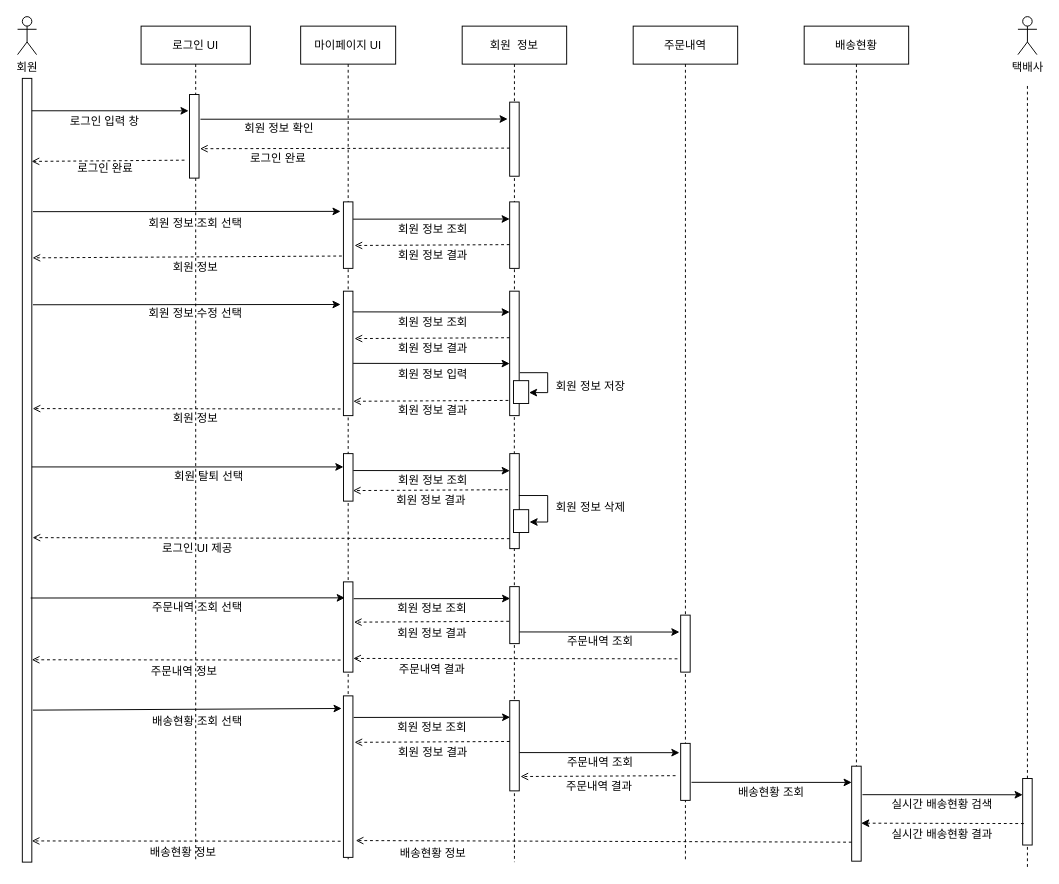
itsdam/JAVA keeps this draw.io diagram as Untitled Diagram.drawio. Above is the earlier version. Source tidied: cells renumbered, new cells numbered last; positions are measured from the earlier drawing's top-left corner, leaving out a move shared by most shapes. Both pictures are drawn from the tidied source at 95%, with x=0, y=0 at pixel (17, 16).
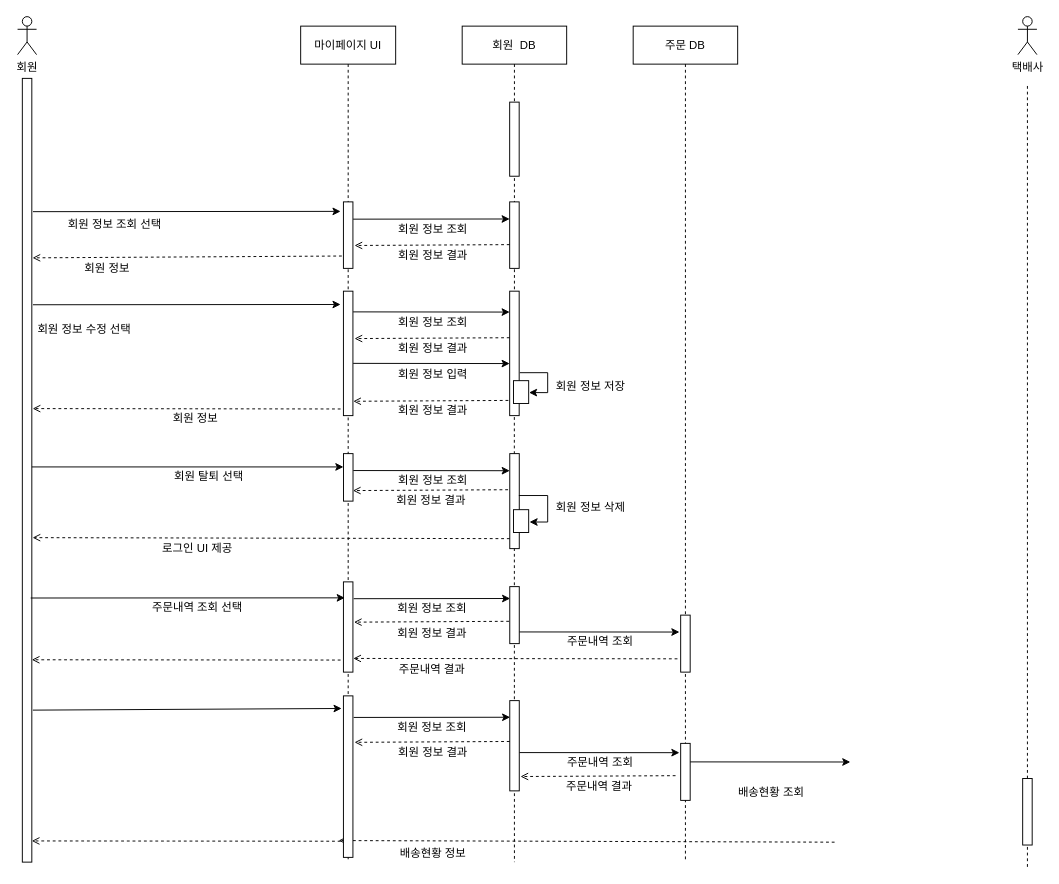
After the change.

Unchanged cells that the change refers to:
```xml
<mxCell id="8" style="points=[];perimeter=orthogonalPerimeter;rounded=0;shadow=0;strokeWidth=1;" parent="3" vertex="1">
  <mxGeometry x="50" y="80" width="10" height="78" as="geometry" />
</mxCell>
<mxCell id="18" value="마이페이지 UI" style="shape=umlLifeline;perimeter=lifelinePerimeter;rounded=0;shadow=0;strokeWidth=1;" parent="1" vertex="1">
  <mxGeometry x="298" y="10" width="100" height="880" as="geometry" />
</mxCell>
```

Change to the diagram source:
```diff
@@
-    <mxCell id="3" value="회원  정보" style="shape=umlLifeline;perimeter=lifelinePerimeter;rounded=0;shadow=0;strokeWidth=1;" parent="1" vertex="1">
+    <mxCell id="3" value="회원  DB" style="shape=umlLifeline;perimeter=lifelinePerimeter;rounded=0;shadow=0;strokeWidth=1;" parent="1" vertex="1">
       <mxGeometry x="468" y="10" width="110" height="280" as="geometry" />
     </mxCell>
@@
-    <mxCell id="9" value="로그인 UI" style="shape=umlLifeline;perimeter=lifelinePerimeter;rounded=0;shadow=0;strokeWidth=1;" parent="1" vertex="1">
-      <mxGeometry x="130" y="10" width="115" height="880" as="geometry" />
-    </mxCell>
-    <mxCell id="10" style="points=[];perimeter=orthogonalPerimeter;rounded=0;shadow=0;strokeWidth=1;" parent="9" vertex="1">
-      <mxGeometry x="51" y="72" width="10" height="88" as="geometry" />
-    </mxCell>
-    <mxCell id="11" value="로그인 입력 창&amp;nbsp;" style="text;html=1;align=center;verticalAlign=middle;strokeColor=none;fillColor=none;" parent="9" vertex="1">
-      <mxGeometry x="-87" y="91" width="100" height="20" as="geometry" />
-    </mxCell>
-    <mxCell id="12" value="회원 정보 수정 선택" style="text;html=1;align=center;verticalAlign=middle;strokeColor=none;fillColor=none;" parent="9" vertex="1">
-      <mxGeometry x="-3" y="293" width="120" height="20" as="geometry" />
-    </mxCell>
-    <mxCell id="13" value="회원 정보" style="text;html=1;align=center;verticalAlign=middle;strokeColor=none;fillColor=none;" parent="9" vertex="1">
-      <mxGeometry x="22" y="244" width="70" height="20" as="geometry" />
-    </mxCell>
-    <mxCell id="14" value="회원 정보 조회 선택" style="text;html=1;align=center;verticalAlign=middle;strokeColor=none;fillColor=none;" parent="9" vertex="1">
-      <mxGeometry x="-3" y="198" width="120" height="20" as="geometry" />
-    </mxCell>
-    <mxCell id="15" value="배송현황 정보" style="text;html=1;align=center;verticalAlign=middle;strokeColor=none;fillColor=none;" parent="9" vertex="1">
-      <mxGeometry x="-1" y="860" width="90" height="20" as="geometry" />
-    </mxCell>
-    <mxCell id="16" value="배송현황 조회 선택" style="text;html=1;align=center;verticalAlign=middle;strokeColor=none;fillColor=none;" parent="9" vertex="1">
-      <mxGeometry x="-1" y="722" width="120" height="20" as="geometry" />
-    </mxCell>
-    <mxCell id="17" value="주문내역 정보" style="text;html=1;align=center;verticalAlign=middle;strokeColor=none;fillColor=none;" parent="9" vertex="1">
-      <mxGeometry y="670" width="90" height="20" as="geometry" />
-    </mxCell>
@@
-    <mxCell id="22" value="회원 정보 확인" style="text;html=1;align=center;verticalAlign=middle;strokeColor=none;fillColor=none;" parent="18" vertex="1">
-      <mxGeometry x="-68" y="98" width="90" height="20" as="geometry" />
-    </mxCell>
-    <mxCell id="23" style="endArrow=classic;html=1;rounded=0;exitX=1.5;exitY=0.075;exitDx=0;exitDy=0;exitPerimeter=0;entryX=-0.214;entryY=0.228;entryDx=0;entryDy=0;entryPerimeter=0;" parent="18" edge="1" target="8">
-      <mxGeometry relative="1" as="geometry">
-        <mxPoint x="-105.5" y="98" as="sourcePoint" />
-      </mxGeometry>
-    </mxCell>
@@
-    <mxCell id="27" style="endArrow=classic;html=1;rounded=0;exitX=1.5;exitY=0.075;exitDx=0;exitDy=0;exitPerimeter=0;entryX=-0.1;entryY=0.195;entryDx=0;entryDy=0;entryPerimeter=0;" parent="1" edge="1" target="10">
-      <mxGeometry relative="1" as="geometry">
-        <mxPoint x="15" y="99.1" as="sourcePoint" />
-      </mxGeometry>
-    </mxCell>
-    <mxCell id="28" style="endArrow=open;html=1;rounded=0;dashed=1;entryX=1.105;entryY=0.648;entryDx=0;entryDy=0;entryPerimeter=0;endFill=0;exitX=0.044;exitY=0.68;exitDx=0;exitDy=0;exitPerimeter=0;" parent="1" edge="1" target="10">
-      <mxGeometry relative="1" as="geometry">
-        <mxPoint x="518.1" y="138.4" as="sourcePoint" />
-      </mxGeometry>
-    </mxCell>
-    <mxCell id="29" style="endArrow=open;html=1;rounded=0;exitX=0.065;exitY=0.242;exitDx=0;exitDy=0;exitPerimeter=0;entryX=0.975;entryY=0.234;entryDx=0;entryDy=0;entryPerimeter=0;dashed=1;endFill=0;" parent="1" edge="1">
-      <mxGeometry relative="1" as="geometry">
-        <mxPoint x="175.7" y="151.1" as="sourcePoint" />
-        <mxPoint x="14.8" y="152.4" as="targetPoint" />
-      </mxGeometry>
-    </mxCell>
@@
-    <mxCell id="31" value="로그인 완료" style="text;html=1;align=center;verticalAlign=middle;strokeColor=none;fillColor=none;" parent="1" vertex="1">
-      <mxGeometry x="234" y="140" width="80" height="20" as="geometry" />
-    </mxCell>
-    <mxCell id="32" value="주문내역" style="shape=umlLifeline;perimeter=lifelinePerimeter;rounded=0;shadow=0;strokeWidth=1;" parent="1" vertex="1">
+    <mxCell id="32" value="주문 DB" style="shape=umlLifeline;perimeter=lifelinePerimeter;rounded=0;shadow=0;strokeWidth=1;" parent="1" vertex="1">
       <mxGeometry x="648" y="10" width="110" height="880" as="geometry" />
     </mxCell>
@@
-    <mxCell id="40" value="배송현황" style="shape=umlLifeline;perimeter=lifelinePerimeter;rounded=0;shadow=0;strokeWidth=1;" parent="1" vertex="1">
-      <mxGeometry x="828" y="10" width="110" height="880" as="geometry" />
-    </mxCell>
-    <mxCell id="41" style="perimeter=orthogonalPerimeter;rounded=0;shadow=0;strokeWidth=1;" parent="40" vertex="1">
-      <mxGeometry x="50" y="779" width="10" height="100" as="geometry" />
-    </mxCell>
-    <mxCell id="42" style="endArrow=classic;html=1;rounded=0;entryX=-0.131;entryY=0.297;entryDx=0;entryDy=0;entryPerimeter=0;exitX=1.022;exitY=0.36;exitDx=0;exitDy=0;exitPerimeter=0;endFill=1;" parent="40" edge="1">
+    <mxCell id="42" style="endArrow=classic;html=1;rounded=0;entryX=-0.131;entryY=0.297;entryDx=0;entryDy=0;entryPerimeter=0;exitX=1.022;exitY=0.36;exitDx=0;exitDy=0;exitPerimeter=0;endFill=1;" parent="32" edge="1">
       <mxGeometry relative="1" as="geometry">
-        <mxPoint x="-118.6" y="796" as="sourcePoint" />
-        <mxPoint x="50" y="796.1" as="targetPoint" />
+        <mxPoint x="60" y="774.5" as="sourcePoint" />
+        <mxPoint x="228.6" y="774.6" as="targetPoint" />
       </mxGeometry>
     </mxCell>
-    <mxCell id="43" style="endArrow=open;html=1;rounded=0;dashed=1;endFill=0;exitX=-0.141;exitY=0.544;exitDx=0;exitDy=0;exitPerimeter=0;entryX=1.3;entryY=0.819;entryDx=0;entryDy=0;entryPerimeter=0;" parent="40" edge="1">
+    <mxCell id="43" style="endArrow=open;html=1;rounded=0;dashed=1;endFill=0;exitX=-0.141;exitY=0.544;exitDx=0;exitDy=0;exitPerimeter=0;entryX=1.3;entryY=0.819;entryDx=0;entryDy=0;entryPerimeter=0;" parent="32" edge="1">
       <mxGeometry relative="1" as="geometry">
-        <mxPoint x="50" y="859" as="sourcePoint" />
-        <mxPoint x="-472" y="857.3" as="targetPoint" />
+        <mxPoint x="212" y="859" as="sourcePoint" />
+        <mxPoint x="-310" y="857.3" as="targetPoint" />
       </mxGeometry>
     </mxCell>
@@
-    <mxCell id="89" style="endArrow=classic;html=1;rounded=0;entryX=-0.131;entryY=0.297;entryDx=0;entryDy=0;entryPerimeter=0;exitX=1.022;exitY=0.36;exitDx=0;exitDy=0;exitPerimeter=0;endFill=1;" parent="1" edge="1">
-      <mxGeometry relative="1" as="geometry">
-        <mxPoint x="889.4" y="819" as="sourcePoint" />
-        <mxPoint x="1058" y="819.1" as="targetPoint" />
-      </mxGeometry>
-    </mxCell>
-    <mxCell id="90" value="실시간 배송현황 검색" style="text;html=1;align=center;verticalAlign=middle;strokeColor=none;fillColor=none;" parent="1" vertex="1">
-      <mxGeometry x="908" y="819" width="130" height="20" as="geometry" />
-    </mxCell>
-    <mxCell id="91" style="endArrow=classic;html=1;rounded=0;dashed=1;endFill=1;exitX=-0.141;exitY=0.544;exitDx=0;exitDy=0;exitPerimeter=0;" parent="1" edge="1">
-      <mxGeometry relative="1" as="geometry">
-        <mxPoint x="1059.2" y="849.4" as="sourcePoint" />
-        <mxPoint x="888" y="849" as="targetPoint" />
-      </mxGeometry>
-    </mxCell>
-    <mxCell id="92" value="실시간 배송현황 결과" style="text;html=1;align=center;verticalAlign=middle;strokeColor=none;fillColor=none;" parent="1" vertex="1">
-      <mxGeometry x="908" y="851" width="130" height="20" as="geometry" />
-    </mxCell>
@@
-    <mxCell id="103" value="로그인 완료" style="text;html=1;align=center;verticalAlign=middle;strokeColor=none;fillColor=none;" parent="1" vertex="1">
-      <mxGeometry x="52" y="150" width="80" height="20" as="geometry" />
-    </mxCell>
+    <mxCell id="14" value="회원 정보 조회 선택" style="text;html=1;align=center;verticalAlign=middle;strokeColor=none;fillColor=none;" parent="1" vertex="1">
+      <mxGeometry x="42.1" y="209" width="120" height="20" as="geometry" />
+    </mxCell>
+    <mxCell id="13" value="회원 정보" style="text;html=1;align=center;verticalAlign=middle;strokeColor=none;fillColor=none;" parent="1" vertex="1">
+      <mxGeometry x="59.1" y="255" width="70" height="20" as="geometry" />
+    </mxCell>
+    <mxCell id="12" value="회원 정보 수정 선택" style="text;html=1;align=center;verticalAlign=middle;strokeColor=none;fillColor=none;" parent="1" vertex="1">
+      <mxGeometry x="10" y="320" width="120" height="20" as="geometry" />
+    </mxCell>
```
